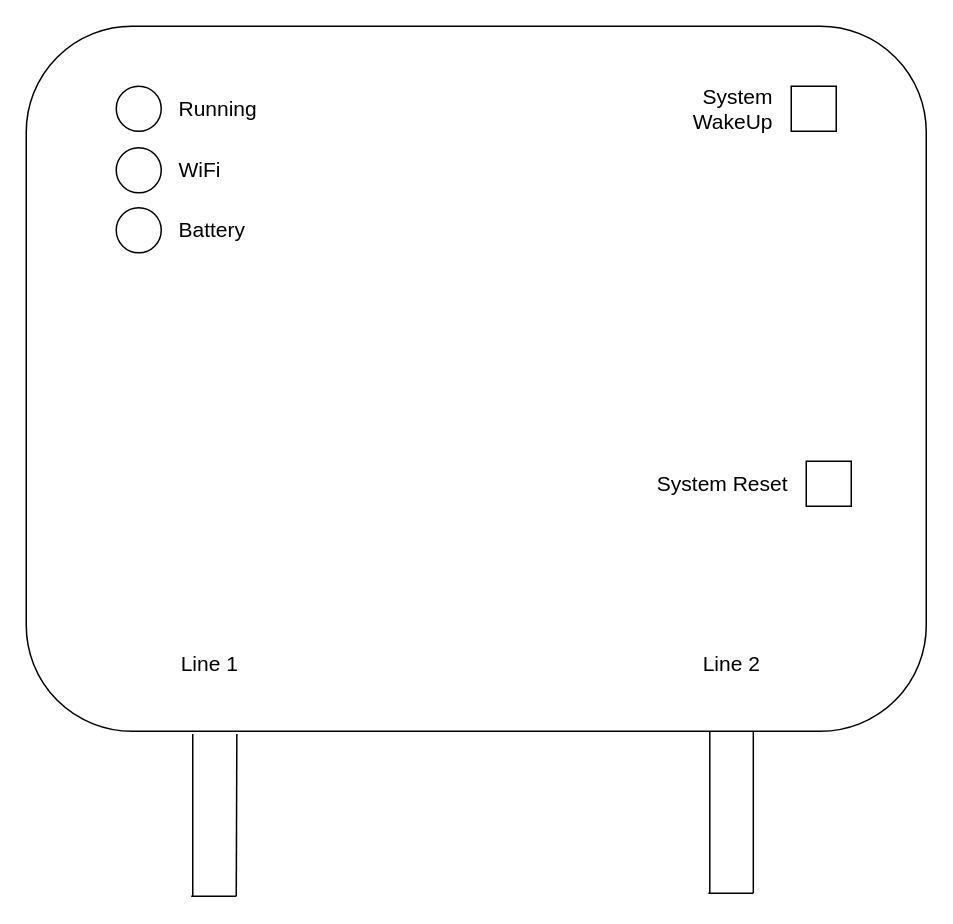
marcy05/sprinkler keeps this draw.io diagram as 03_Documentation/OverviewDiagram.drawio. Above is the earlier version. Source tidied: cells renumbered, new cells numbered last; positions are measured from the earlier drawing's top-left corner, leaving out a move shared by most shapes. Both pictures are drawn from the tidied source at 150%, with x=0, y=0 at pixel (26, 26).
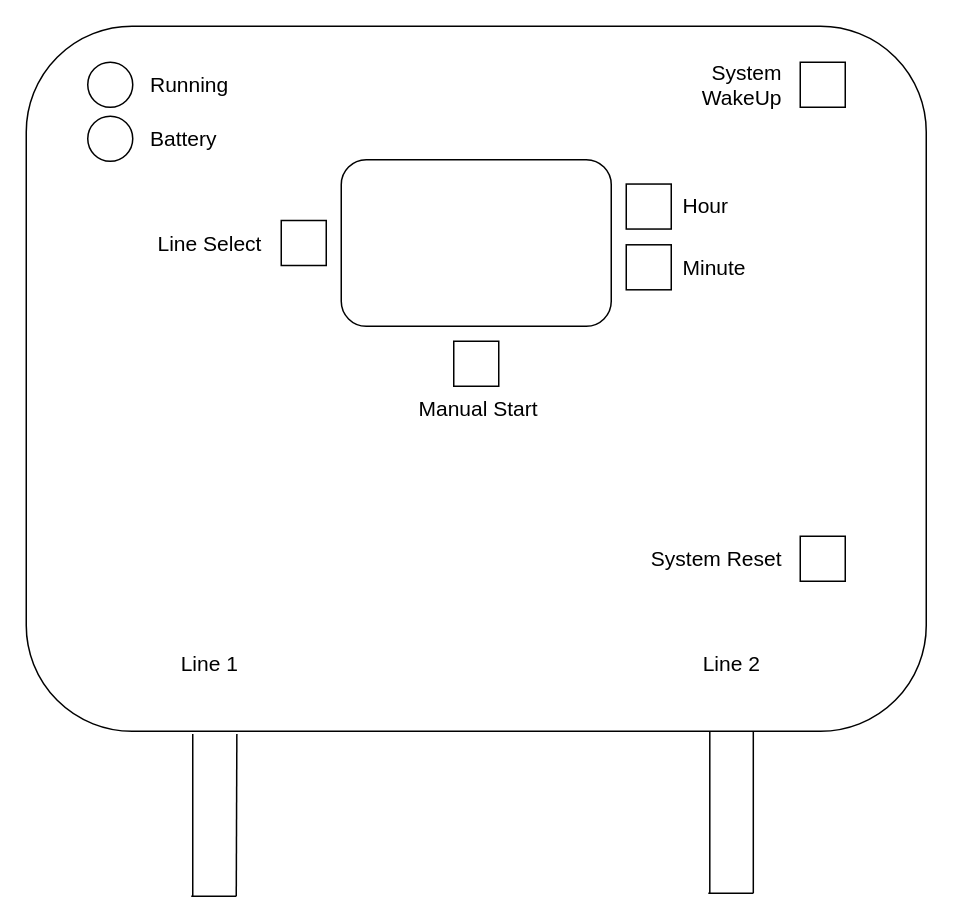
After the change.

Commit message (it also covers changes not shown here):
removed WiFi part from the project

Diff of the diagram source:
```diff
@@
     <mxCell id="3" style="ellipse;whiteSpace=wrap;html=1;" parent="1" vertex="1">
-      <mxGeometry x="60" y="40" width="30" height="30" as="geometry" />
+      <mxGeometry x="41" y="24" width="30" height="30" as="geometry" />
     </mxCell>
     <mxCell id="4" value="&lt;font style=&quot;font-size: 14px;&quot;&gt;Running&lt;/font&gt;" style="text;html=1;align=left;verticalAlign=middle;whiteSpace=wrap;rounded=0;" parent="1" vertex="1">
-      <mxGeometry x="100" y="40" width="60" height="30" as="geometry" />
+      <mxGeometry x="81" y="24" width="60" height="30" as="geometry" />
     </mxCell>
-    <mxCell id="5" style="ellipse;whiteSpace=wrap;html=1;" parent="1" vertex="1">
-      <mxGeometry x="60" y="81" width="30" height="30" as="geometry" />
-    </mxCell>
-    <mxCell id="6" value="&lt;font style=&quot;font-size: 14px;&quot;&gt;WiFi&lt;/font&gt;" style="text;html=1;align=left;verticalAlign=middle;whiteSpace=wrap;rounded=0;" parent="1" vertex="1">
-      <mxGeometry x="100" y="81" width="60" height="30" as="geometry" />
-    </mxCell>
     <mxCell id="7" style="whiteSpace=wrap;html=1;" parent="1" vertex="1">
-      <mxGeometry x="510" y="40" width="30" height="30" as="geometry" />
+      <mxGeometry x="516" y="24" width="30" height="30" as="geometry" />
     </mxCell>
     <mxCell id="8" value="&lt;font style=&quot;font-size: 14px;&quot;&gt;System WakeUp&lt;/font&gt;" style="text;html=1;align=right;verticalAlign=middle;whiteSpace=wrap;rounded=0;" parent="1" vertex="1">
-      <mxGeometry x="440" y="40" width="60" height="30" as="geometry" />
+      <mxGeometry x="446" y="24" width="60" height="30" as="geometry" />
     </mxCell>
     <mxCell id="9" style="whiteSpace=wrap;html=1;" parent="1" vertex="1">
-      <mxGeometry x="520" y="290" width="30" height="30" as="geometry" />
+      <mxGeometry x="516" y="340" width="30" height="30" as="geometry" />
     </mxCell>
     <mxCell id="10" value="&lt;font style=&quot;font-size: 14px;&quot;&gt;System Reset&lt;/font&gt;" style="text;html=1;align=right;verticalAlign=middle;whiteSpace=wrap;rounded=0;" parent="1" vertex="1">
-      <mxGeometry x="420" y="290" width="90" height="30" as="geometry" />
+      <mxGeometry x="416" y="340" width="90" height="30" as="geometry" />
     </mxCell>
@@
     <mxCell id="19" style="ellipse;whiteSpace=wrap;html=1;" parent="1" vertex="1">
-      <mxGeometry x="60" y="121" width="30" height="30" as="geometry" />
+      <mxGeometry x="41" y="60" width="30" height="30" as="geometry" />
     </mxCell>
     <mxCell id="20" value="&lt;font style=&quot;font-size: 14px;&quot;&gt;Battery&lt;/font&gt;" style="text;html=1;align=left;verticalAlign=middle;whiteSpace=wrap;rounded=0;" parent="1" vertex="1">
-      <mxGeometry x="100" y="121" width="60" height="30" as="geometry" />
+      <mxGeometry x="81" y="60" width="60" height="30" as="geometry" />
     </mxCell>
+    <mxCell id="21" style="rounded=1;whiteSpace=wrap;html=1;" parent="1" vertex="1">
+      <mxGeometry x="210" y="89" width="180" height="111" as="geometry" />
+    </mxCell>
+    <mxCell id="22" style="whiteSpace=wrap;html=1;" parent="1" vertex="1">
+      <mxGeometry x="170" y="129.5" width="30" height="30" as="geometry" />
+    </mxCell>
+    <mxCell id="23" value="&lt;font style=&quot;font-size: 14px;&quot;&gt;Line Select&lt;/font&gt;" style="text;html=1;align=left;verticalAlign=middle;whiteSpace=wrap;rounded=0;" parent="1" vertex="1">
+      <mxGeometry x="86.2" y="129.5" width="72.5" height="30" as="geometry" />
+    </mxCell>
+    <mxCell id="24" style="whiteSpace=wrap;html=1;" parent="1" vertex="1">
+      <mxGeometry x="285" y="210" width="30" height="30" as="geometry" />
+    </mxCell>
+    <mxCell id="25" value="&lt;font style=&quot;font-size: 14px;&quot;&gt;Manual Start&lt;/font&gt;" style="text;html=1;align=left;verticalAlign=middle;whiteSpace=wrap;rounded=0;" parent="1" vertex="1">
+      <mxGeometry x="260" y="240" width="82.5" height="30" as="geometry" />
+    </mxCell>
+    <mxCell id="26" style="group;" parent="1" vertex="1">
+      <mxGeometry x="400" y="105.2" width="96" height="70.5" as="geometry" />
+    </mxCell>
+    <mxCell id="27" style="whiteSpace=wrap;html=1;" parent="26" vertex="1">
+      <mxGeometry width="30" height="30" as="geometry" />
+    </mxCell>
+    <mxCell id="28" value="&lt;font style=&quot;font-size: 14px;&quot;&gt;Hour&lt;/font&gt;" style="text;html=1;align=left;verticalAlign=middle;whiteSpace=wrap;rounded=0;" parent="26" vertex="1">
+      <mxGeometry x="36" width="60" height="30" as="geometry" />
+    </mxCell>
+    <mxCell id="29" style="whiteSpace=wrap;html=1;" parent="26" vertex="1">
+      <mxGeometry y="40.5" width="30" height="30" as="geometry" />
+    </mxCell>
+    <mxCell id="30" value="&lt;font style=&quot;font-size: 14px;&quot;&gt;Minute&lt;/font&gt;" style="text;html=1;align=left;verticalAlign=middle;whiteSpace=wrap;rounded=0;" parent="26" vertex="1">
+      <mxGeometry x="36" y="40.5" width="60" height="30" as="geometry" />
+    </mxCell>
```
